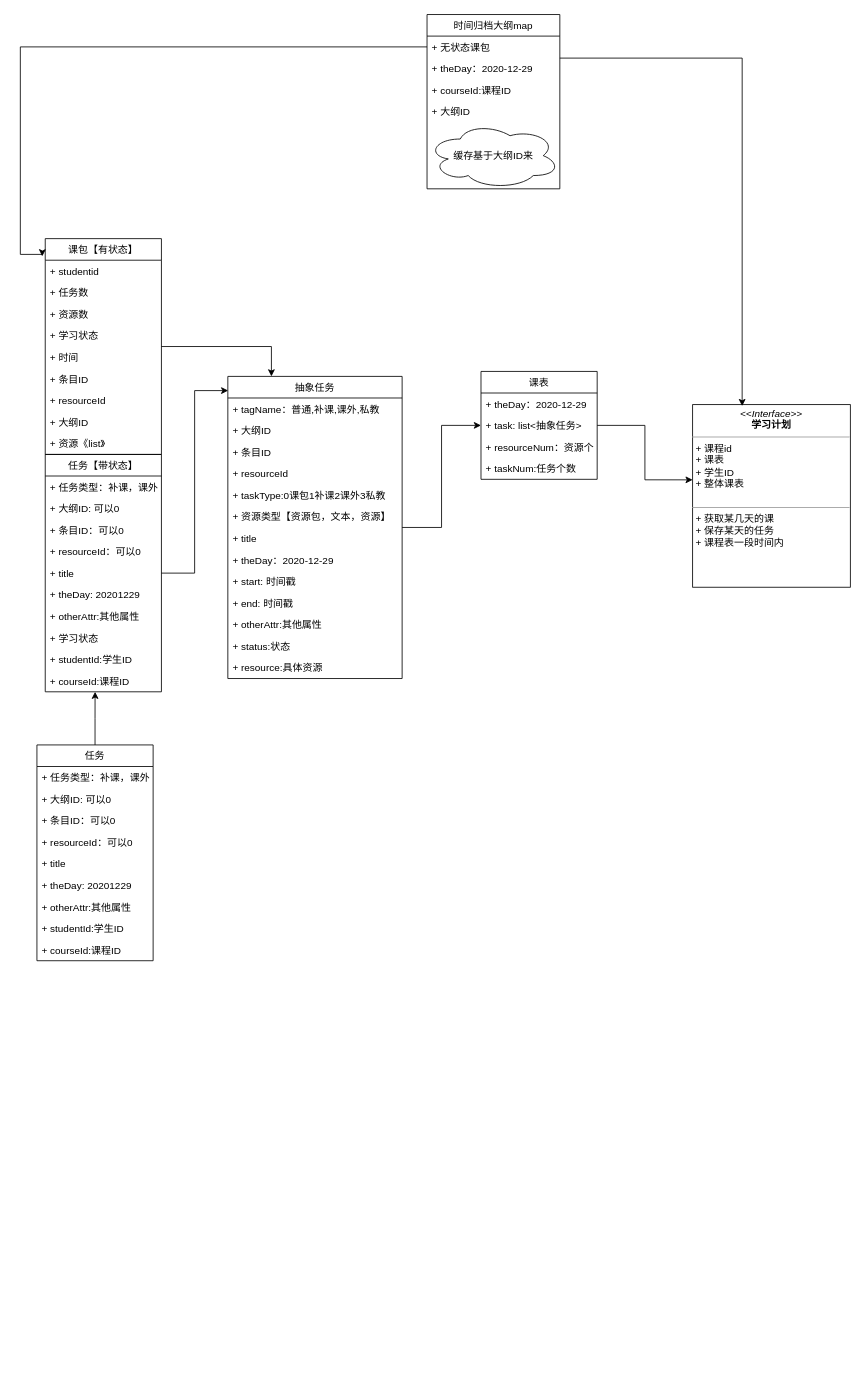
lxp521125/pic keeps this draw.io diagram as 学习计划 .drawio. Above is the earlier version. Source tidied: cells renumbered, new cells numbered last; positions are measured from the earlier drawing's top-left corner, leaving out a move shared by most shapes. Both pictures are drawn from the tidied source at 83%, with x=0, y=0 at pixel (20, 14).
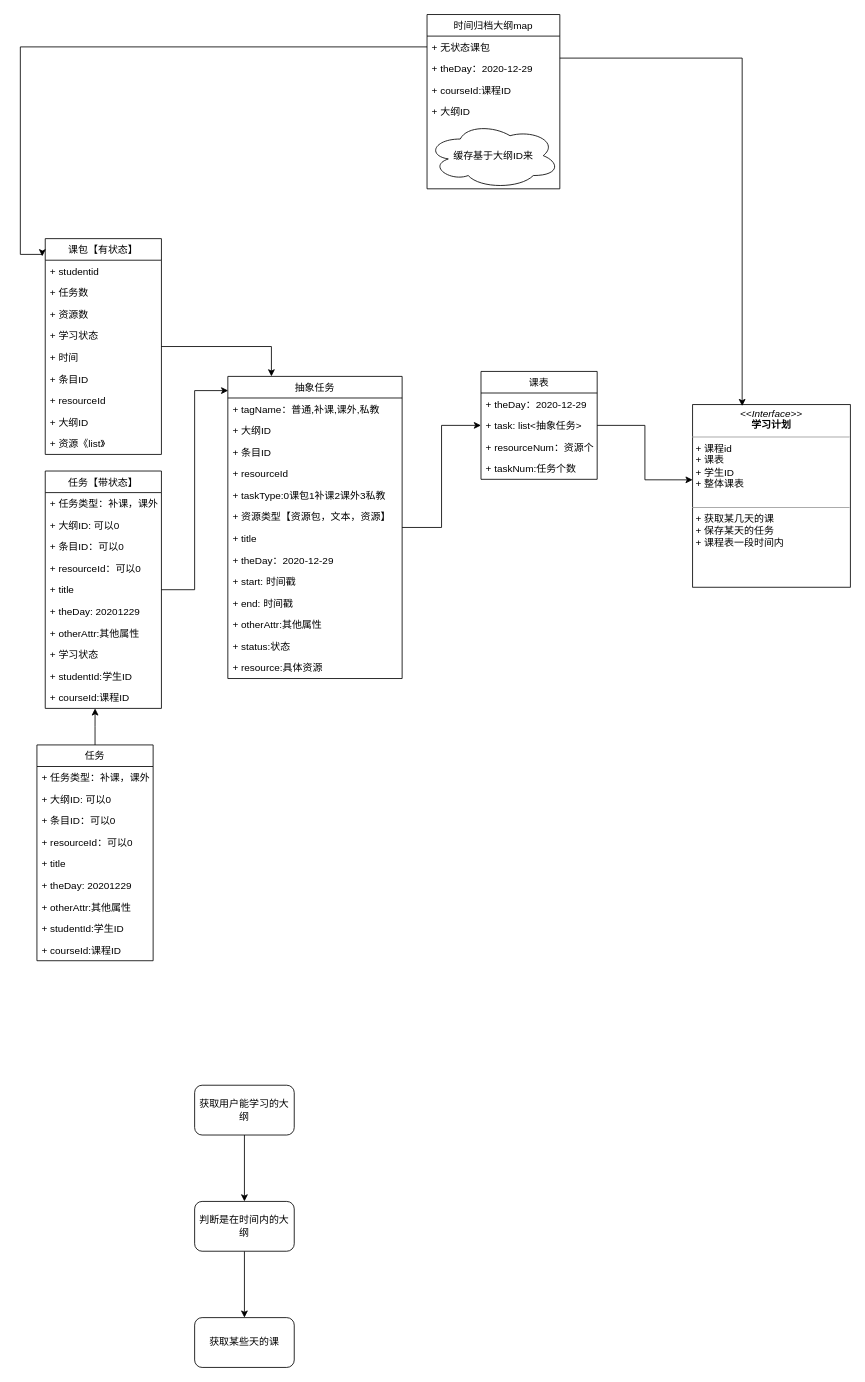
Above is the later version.

Change to the diagram source:
```diff
@@
     <mxCell id="54" value="任务【带状态】" style="swimlane;fontStyle=0;horizontal=1;startSize=26;fillColor=none;" parent="1" vertex="1">
-      <mxGeometry x="30" y="530" width="140" height="286" as="geometry" />
+      <mxGeometry x="30" y="550" width="140" height="286" as="geometry" />
     </mxCell>
@@
+    <mxCell id="66" style="edgeStyle=orthogonalEdgeStyle;rounded=0;jettySize=auto;html=1;" parent="1" edge="1" source="67" target="69">
+      <mxGeometry relative="1" as="geometry" />
+    </mxCell>
+    <mxCell id="67" value="获取用户能学习的大纲" style="rounded=1;whiteSpace=wrap;html=1;" parent="1" vertex="1">
+      <mxGeometry x="210" y="1290" width="120" height="60" as="geometry" />
+    </mxCell>
+    <mxCell id="68" style="edgeStyle=orthogonalEdgeStyle;rounded=0;jettySize=auto;html=1;" parent="1" edge="1" source="69" target="70">
+      <mxGeometry relative="1" as="geometry" />
+    </mxCell>
+    <mxCell id="69" value="判断是在时间内的大纲" style="rounded=1;whiteSpace=wrap;html=1;" parent="1" vertex="1">
+      <mxGeometry x="210" y="1430" width="120" height="60" as="geometry" />
+    </mxCell>
+    <mxCell id="70" value="获取某些天的课" style="rounded=1;whiteSpace=wrap;html=1;" parent="1" vertex="1">
+      <mxGeometry x="210" y="1570" width="120" height="60" as="geometry" />
+    </mxCell>
```
